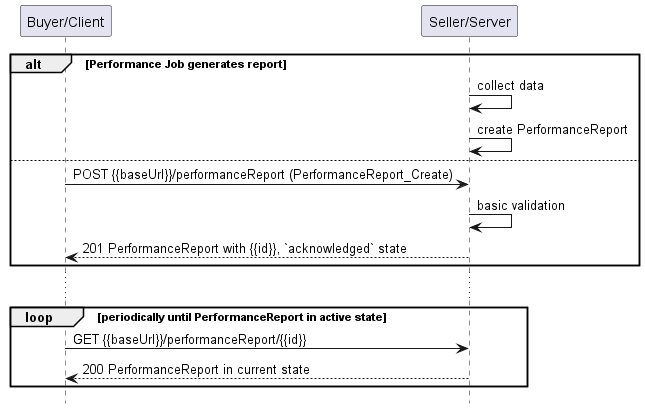
Before: documentation/serviceApi/pm/performance/media/useCase22Polling.png, a diagram exported from PlantUML (MEF-GIT/MEF-LSO-Legato-SDK).
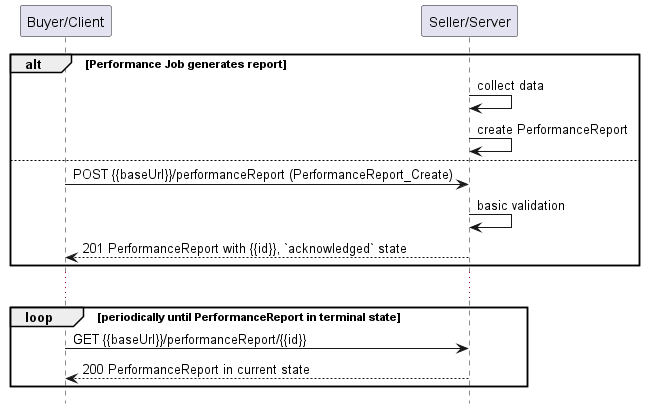
The same diagram one commit later.

What changed in the source:
```diff
@@ -15,7 +15,7 @@
 
 ...
 
-loop periodically until PerformanceReport in active state
+loop periodically until PerformanceReport in terminal state
   B -> S :   GET {{baseUrl}}/performanceReport/{{id}}
   return 200 PerformanceReport in current state
 end
```
